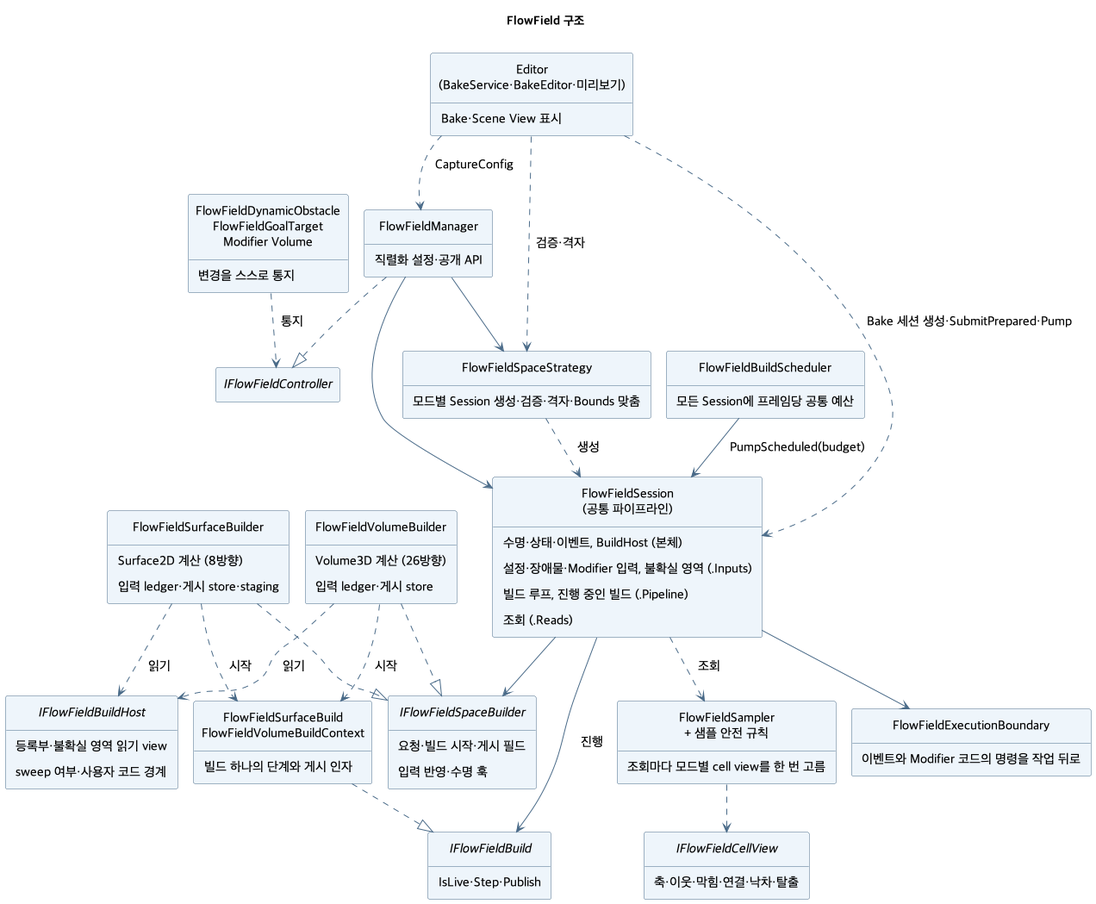
The PlantUML diagram ToyProject/Assets/_FlowField/Docs/Images/flowfield-structure.png in youwonsock/tool-unity-editor, before a commit.
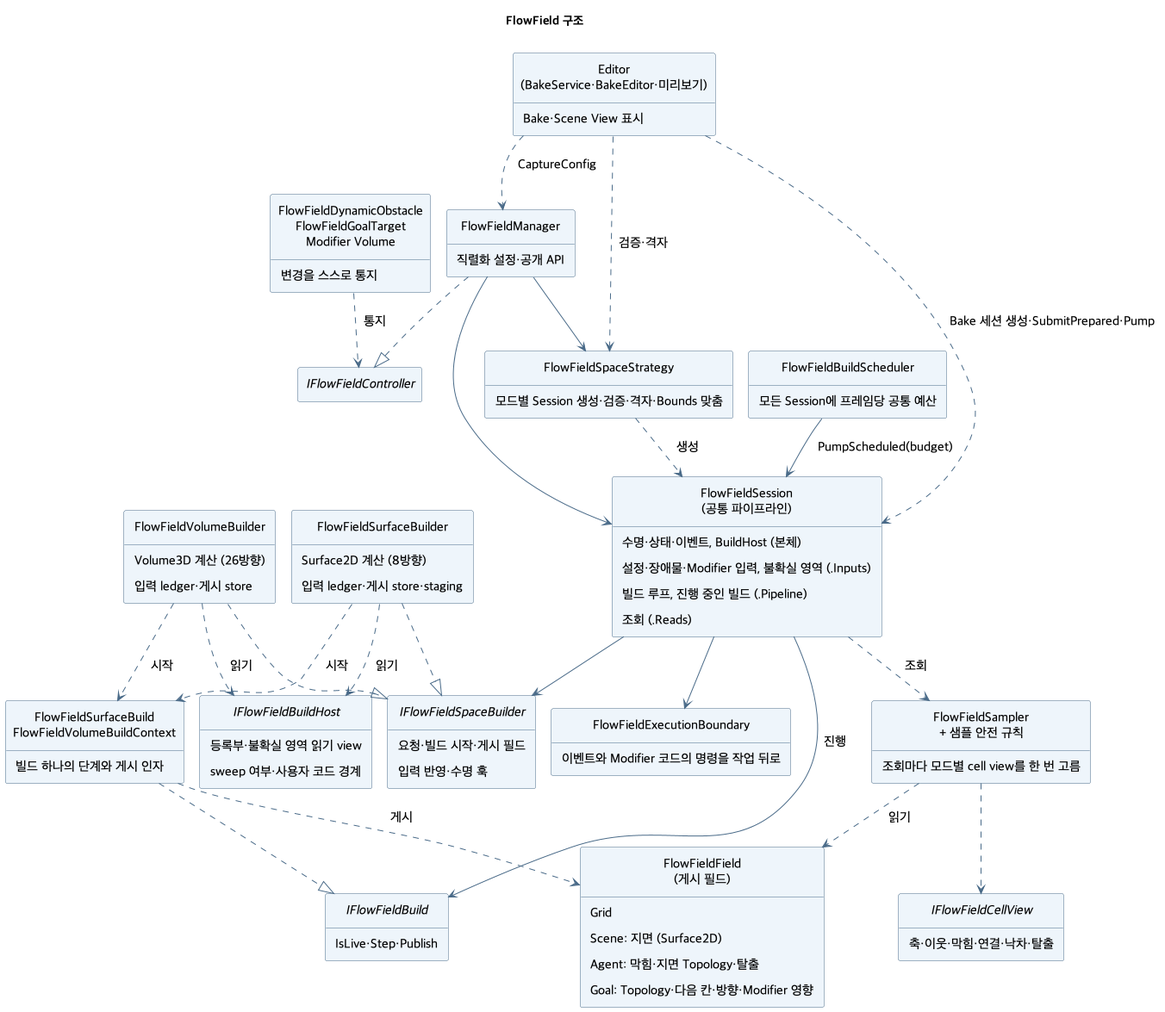
Later version of the same file.

Commit message:
문서: 씬·주체·Goal 층과 지면 Topology

What changed in the source:
```diff
@@ -52,6 +52,12 @@
 class "FlowFieldSampler\n+ 샘플 안전 규칙" as Sampler {
   조회마다 모드별 cell view를 한 번 고름
 }
+class "FlowFieldField\n(게시 필드)" as Field {
+  {field} Grid
+  {field} Scene: 지면 (Surface2D)
+  {field} Agent: 막힘·지면 Topology·탈출
+  {field} Goal: Topology·다음 칸·방향·Modifier 영향
+}
 interface IFlowFieldCellView {
   {field} 축·이웃·막힘·연결·낙차·탈출
 }
@@ -81,6 +87,8 @@
 FlowFieldSurfaceBuilder ..> Builds : 시작
 FlowFieldVolumeBuilder ..> Builds : 시작
 Builds ..|> IFlowFieldBuild
+Builds ..> Field : 게시
+Sampler ..> Field : 읽기
 FlowFieldBuildScheduler --> Session : PumpScheduled(budget)
 Session --> FlowFieldExecutionBoundary
 Editor ..> FlowFieldManager : CaptureConfig
```
